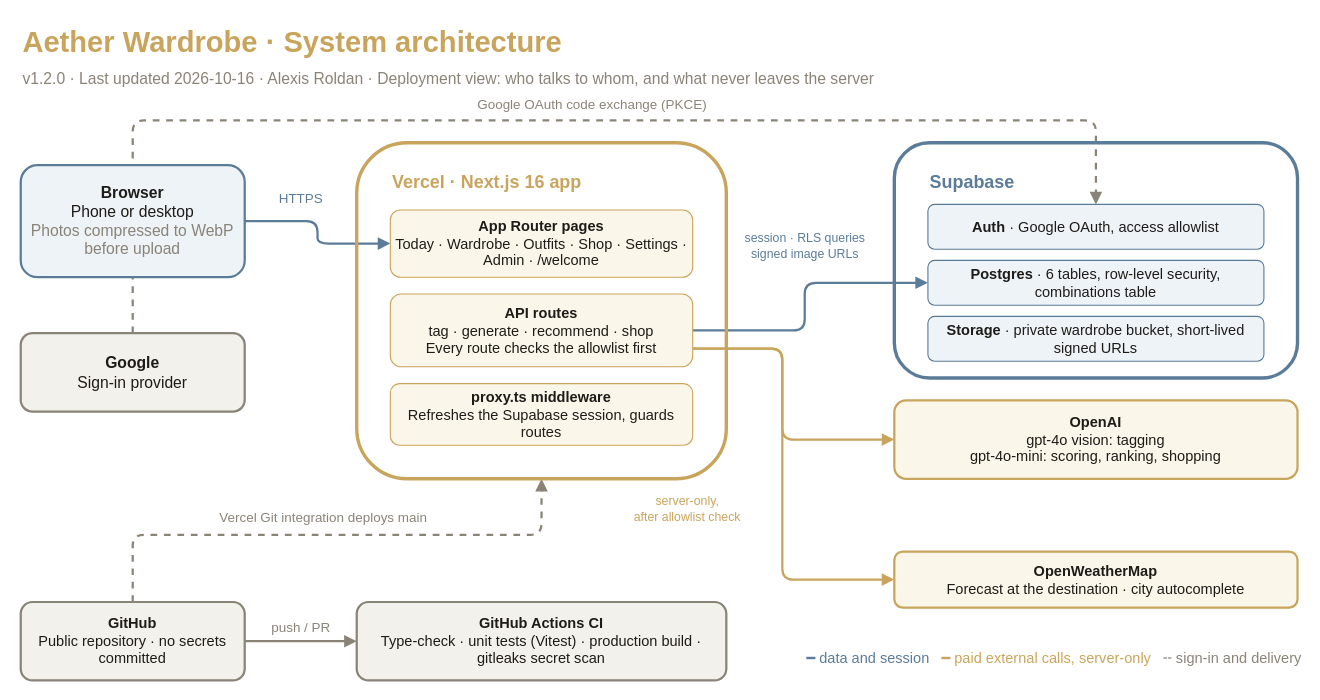
roldanalex/fashion-helper-app keeps this draw.io diagram as docs/diagrams/architecture.drawio. Above is the earlier version. Source tidied: cells renumbered, new cells numbered last; positions are measured from the earlier drawing's top-left corner, leaving out a move shared by most shapes. Both pictures are drawn from the tidied source at 112%, with x=0, y=0 at pixel (20, 19).
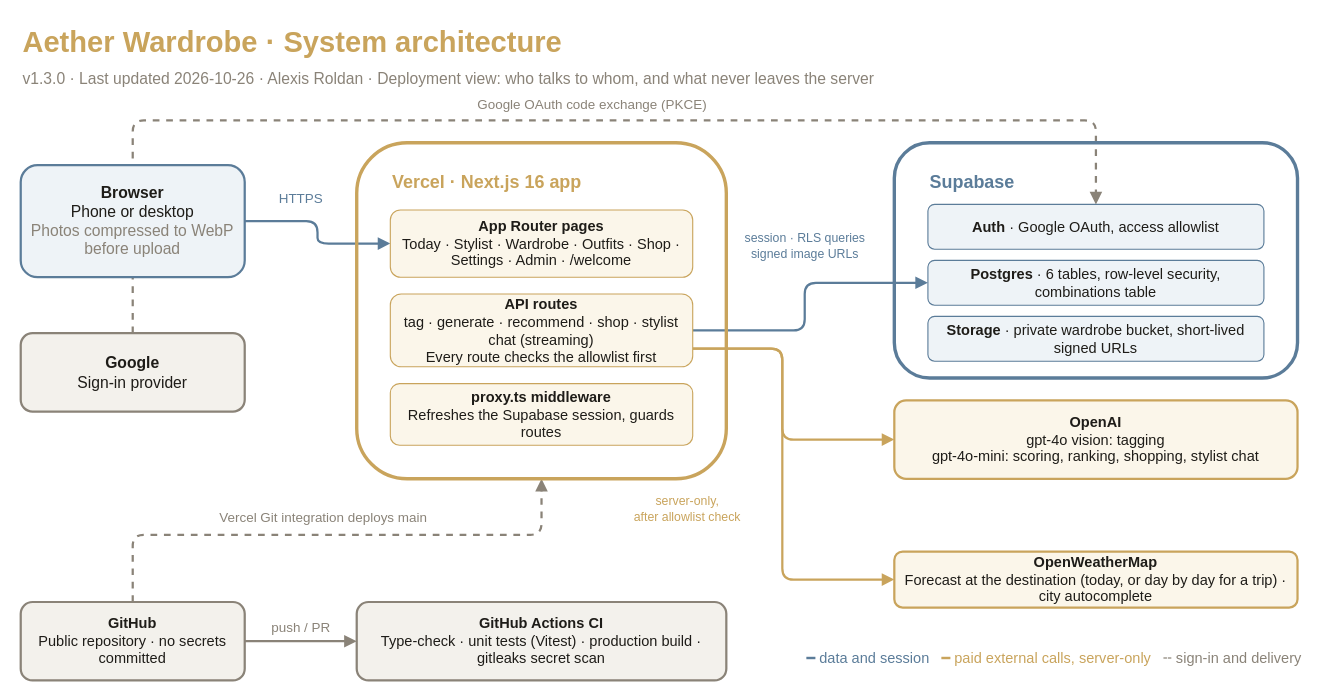
Above is the later version.

What changed in the source:
```diff
@@
-    <mxCell id="3" value="v1.2.0 · Last updated 2026-10-16 · Alexis Roldan · Deployment view: who talks to whom, and what never leaves the server" style="text;html=1;align=left;verticalAlign=middle;fontSize=14;fontColor=#8A8378;" parent="1" vertex="1">
+    <mxCell id="3" value="v1.3.0 · Last updated 2026-10-26 · Alexis Roldan · Deployment view: who talks to whom, and what never leaves the server" style="text;html=1;align=left;verticalAlign=middle;fontSize=14;fontColor=#8A8378;" parent="1" vertex="1">
       <mxGeometry y="38" width="900" height="30" as="geometry" />
     </mxCell>
@@
-    <mxCell id="21" value="&lt;b&gt;App Router pages&lt;/b&gt;&lt;br&gt;Today · Wardrobe · Outfits · Shop · Settings · Admin · /welcome" style="rounded=1;whiteSpace=wrap;html=1;fontSize=13;strokeColor=#C9A45C;strokeWidth=1;fillColor=#FBF6EA;fontColor=#1E1C18;" parent="1" vertex="1">
+    <mxCell id="21" value="&lt;b&gt;App Router pages&lt;/b&gt;&lt;br&gt;Today · Stylist · Wardrobe · Outfits · Shop · Settings · Admin · /welcome" style="rounded=1;whiteSpace=wrap;html=1;fontSize=13;strokeColor=#C9A45C;strokeWidth=1;fillColor=#FBF6EA;fontColor=#1E1C18;" parent="1" vertex="1">
       <mxGeometry x="330" y="170" width="270" height="60" as="geometry" />
     </mxCell>
-    <mxCell id="22" value="&lt;b&gt;API routes&lt;/b&gt;&lt;br&gt;tag · generate · recommend · shop&lt;br&gt;Every route checks the allowlist first" style="rounded=1;whiteSpace=wrap;html=1;fontSize=13;strokeColor=#C9A45C;strokeWidth=1;fillColor=#FBF6EA;fontColor=#1E1C18;" parent="1" vertex="1">
+    <mxCell id="22" value="&lt;b&gt;API routes&lt;/b&gt;&lt;br&gt;tag · generate · recommend · shop · stylist chat (streaming)&lt;br&gt;Every route checks the allowlist first" style="rounded=1;whiteSpace=wrap;html=1;fontSize=13;strokeColor=#C9A45C;strokeWidth=1;fillColor=#FBF6EA;fontColor=#1E1C18;" parent="1" vertex="1">
       <mxGeometry x="330" y="245" width="270" height="65" as="geometry" />
     </mxCell>
@@
-    <mxCell id="29" value="&lt;b&gt;OpenAI&lt;/b&gt;&lt;br&gt;gpt-4o vision: tagging&lt;br&gt;gpt-4o-mini: scoring, ranking, shopping" style="rounded=1;whiteSpace=wrap;html=1;fontSize=13;strokeColor=#C9A45C;strokeWidth=2;fillColor=#FBF6EA;fontColor=#1E1C18;" parent="1" vertex="1">
+    <mxCell id="29" value="&lt;b&gt;OpenAI&lt;/b&gt;&lt;br&gt;gpt-4o vision: tagging&lt;br&gt;gpt-4o-mini: scoring, ranking, shopping, stylist chat" style="rounded=1;whiteSpace=wrap;html=1;fontSize=13;strokeColor=#C9A45C;strokeWidth=2;fillColor=#FBF6EA;fontColor=#1E1C18;" parent="1" vertex="1">
       <mxGeometry x="780" y="340" width="360" height="70" as="geometry" />
     </mxCell>
-    <mxCell id="30" value="&lt;b&gt;OpenWeatherMap&lt;/b&gt;&lt;br&gt;Forecast at the destination · city autocomplete" style="rounded=1;whiteSpace=wrap;html=1;fontSize=13;strokeColor=#C9A45C;strokeWidth=2;fillColor=#FBF6EA;fontColor=#1E1C18;" parent="1" vertex="1">
+    <mxCell id="30" value="&lt;b&gt;OpenWeatherMap&lt;/b&gt;&lt;br&gt;Forecast at the destination (today, or day by day for a trip) · city autocomplete" style="rounded=1;whiteSpace=wrap;html=1;fontSize=13;strokeColor=#C9A45C;strokeWidth=2;fillColor=#FBF6EA;fontColor=#1E1C18;" parent="1" vertex="1">
       <mxGeometry x="780" y="475" width="360" height="50" as="geometry" />
     </mxCell>
```
